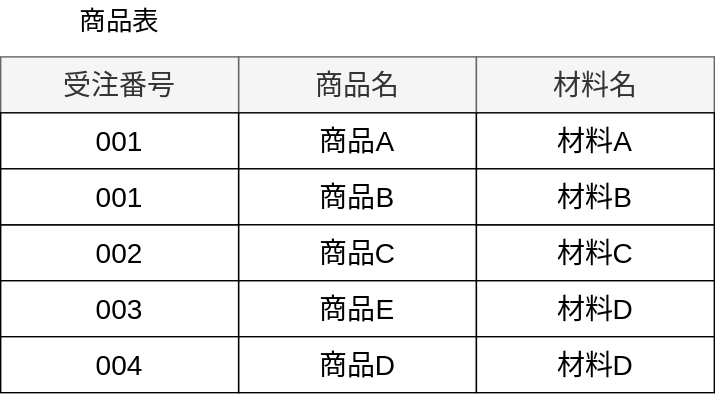
Earlier version of the draw.io export static/img/svg/Database/normalization/normalization-5.drawio.svg (koseki2580/study-docs). Source tidied: cells renumbered, new cells last; positions are measured from the earlier drawing's top-left corner, leaving out a move shared by most shapes. Source of this version:
```xml
<mxGraphModel>
  <root>
    <mxCell id="0" />
    <mxCell id="1" parent="0" />
    <mxCell id="2" value="商品名" style="rounded=0;whiteSpace=wrap;html=1;fontSize=20;fillColor=#f5f5f5;fontColor=#333333;strokeColor=#666666;" parent="1" vertex="1">
      <mxGeometry x="170" y="40" width="170" height="40" as="geometry" />
    </mxCell>
    <mxCell id="3" value="商品A" style="rounded=0;whiteSpace=wrap;html=1;fontSize=20;" parent="1" vertex="1">
      <mxGeometry x="170" y="80" width="170" height="40" as="geometry" />
    </mxCell>
    <mxCell id="4" value="商品B" style="rounded=0;whiteSpace=wrap;html=1;fontSize=20;" parent="1" vertex="1">
      <mxGeometry x="170" y="120" width="170" height="40" as="geometry" />
    </mxCell>
    <mxCell id="5" value="商品C" style="rounded=0;whiteSpace=wrap;html=1;fontSize=20;" parent="1" vertex="1">
      <mxGeometry x="170" y="160" width="170" height="40" as="geometry" />
    </mxCell>
    <mxCell id="6" value="商品E" style="rounded=0;whiteSpace=wrap;html=1;fontSize=20;" parent="1" vertex="1">
      <mxGeometry x="170" y="200" width="170" height="40" as="geometry" />
    </mxCell>
    <mxCell id="7" value="商品D" style="rounded=0;whiteSpace=wrap;html=1;fontSize=20;" parent="1" vertex="1">
      <mxGeometry x="170" y="240" width="170" height="40" as="geometry" />
    </mxCell>
    <mxCell id="8" value="材料名" style="rounded=0;whiteSpace=wrap;html=1;fontSize=20;fillColor=#f5f5f5;fontColor=#333333;strokeColor=#666666;fontStyle=0;" parent="1" vertex="1">
      <mxGeometry x="340" y="40" width="170" height="40" as="geometry" />
    </mxCell>
    <mxCell id="9" value="材料A" style="rounded=0;whiteSpace=wrap;html=1;fontSize=20;" parent="1" vertex="1">
      <mxGeometry x="340" y="80" width="170" height="40" as="geometry" />
    </mxCell>
    <mxCell id="10" value="材料C" style="rounded=0;whiteSpace=wrap;html=1;fontSize=20;" parent="1" vertex="1">
      <mxGeometry x="340" y="160" width="170" height="40" as="geometry" />
    </mxCell>
    <mxCell id="11" value="材料D" style="rounded=0;whiteSpace=wrap;html=1;fontSize=20;" parent="1" vertex="1">
      <mxGeometry x="340" y="200" width="170" height="40" as="geometry" />
    </mxCell>
    <mxCell id="12" value="材料B" style="rounded=0;whiteSpace=wrap;html=1;fontSize=20;" parent="1" vertex="1">
      <mxGeometry x="340" y="120" width="170" height="40" as="geometry" />
    </mxCell>
    <mxCell id="13" value="材料D" style="rounded=0;whiteSpace=wrap;html=1;fontSize=20;" parent="1" vertex="1">
      <mxGeometry x="340" y="240" width="170" height="40" as="geometry" />
    </mxCell>
    <mxCell id="14" value="受注番号" style="rounded=0;whiteSpace=wrap;html=1;fontSize=20;fillColor=#f5f5f5;fontColor=#333333;strokeColor=#666666;fontStyle=0;" parent="1" vertex="1">
      <mxGeometry y="40" width="170" height="40" as="geometry" />
    </mxCell>
    <mxCell id="15" value="001" style="rounded=0;whiteSpace=wrap;html=1;fontSize=20;" parent="1" vertex="1">
      <mxGeometry y="80" width="170" height="40" as="geometry" />
    </mxCell>
    <mxCell id="16" value="002" style="rounded=0;whiteSpace=wrap;html=1;fontSize=20;" parent="1" vertex="1">
      <mxGeometry y="160" width="170" height="40" as="geometry" />
    </mxCell>
    <mxCell id="17" value="003" style="rounded=0;whiteSpace=wrap;html=1;fontSize=20;" parent="1" vertex="1">
      <mxGeometry y="200" width="170" height="40" as="geometry" />
    </mxCell>
    <mxCell id="18" value="001" style="rounded=0;whiteSpace=wrap;html=1;fontSize=20;" parent="1" vertex="1">
      <mxGeometry y="120" width="170" height="40" as="geometry" />
    </mxCell>
    <mxCell id="19" value="004" style="rounded=0;whiteSpace=wrap;html=1;fontSize=20;" parent="1" vertex="1">
      <mxGeometry y="240" width="170" height="40" as="geometry" />
    </mxCell>
    <mxCell id="20" value="商品表" style="text;html=1;strokeColor=none;fillColor=none;align=center;verticalAlign=middle;whiteSpace=wrap;rounded=0;fontSize=19;" parent="1" vertex="1">
      <mxGeometry width="170" height="30" as="geometry" />
    </mxCell>
  </root>
</mxGraphModel>
```
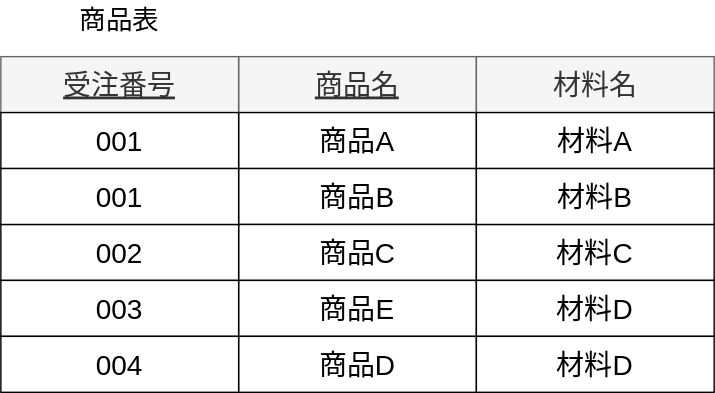
After the commit.

What changed in the source:
```diff
@@ -2,7 +2,7 @@
   <root>
     <mxCell id="0" />
     <mxCell id="1" parent="0" />
-    <mxCell id="2" value="商品名" style="rounded=0;whiteSpace=wrap;html=1;fontSize=20;fillColor=#f5f5f5;fontColor=#333333;strokeColor=#666666;" parent="1" vertex="1">
+    <mxCell id="2" value="商品名" style="rounded=0;whiteSpace=wrap;html=1;fontSize=20;fillColor=#f5f5f5;fontColor=#333333;strokeColor=#666666;fontStyle=4;" parent="1" vertex="1">
       <mxGeometry x="170" y="40" width="170" height="40" as="geometry" />
     </mxCell>
     <mxCell id="3" value="商品A" style="rounded=0;whiteSpace=wrap;html=1;fontSize=20;" parent="1" vertex="1">
@@ -38,7 +38,7 @@
     <mxCell id="13" value="材料D" style="rounded=0;whiteSpace=wrap;html=1;fontSize=20;" parent="1" vertex="1">
       <mxGeometry x="340" y="240" width="170" height="40" as="geometry" />
     </mxCell>
-    <mxCell id="14" value="受注番号" style="rounded=0;whiteSpace=wrap;html=1;fontSize=20;fillColor=#f5f5f5;fontColor=#333333;strokeColor=#666666;fontStyle=0;" parent="1" vertex="1">
+    <mxCell id="14" value="受注番号" style="rounded=0;whiteSpace=wrap;html=1;fontSize=20;fillColor=#f5f5f5;fontColor=#333333;strokeColor=#666666;fontStyle=4;" parent="1" vertex="1">
       <mxGeometry y="40" width="170" height="40" as="geometry" />
     </mxCell>
     <mxCell id="15" value="001" style="rounded=0;whiteSpace=wrap;html=1;fontSize=20;" parent="1" vertex="1">
```
